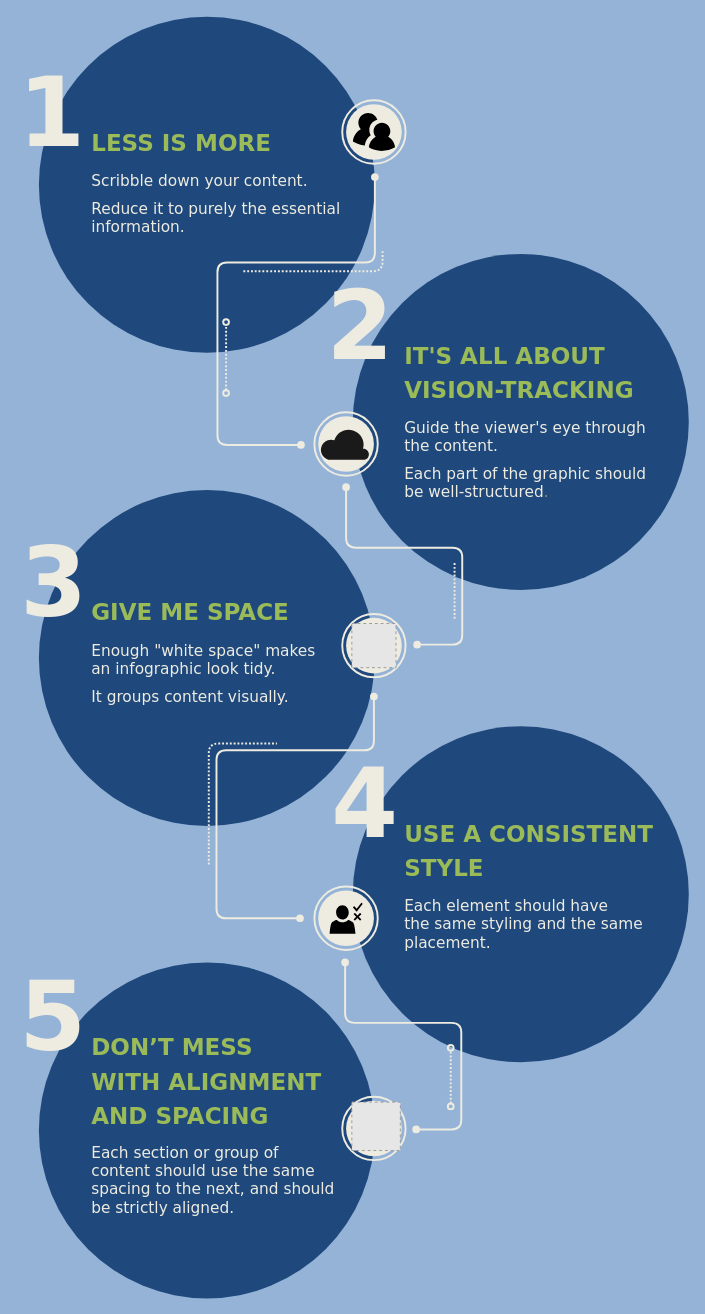
The draw.io diagram Flowchart1AGU22.drawio in laurenchilutti/draw_io, before the edit. Source tidied: cells renumbered, new cells numbered last; positions are measured from the earlier drawing's top-left corner, leaving out a move shared by most shapes. Both pictures are drawn from the tidied source at 96%, with x=0, y=0 at pixel (16, 16). Pictures stored in the file or linked from it are replaced by grey dashed boxes.
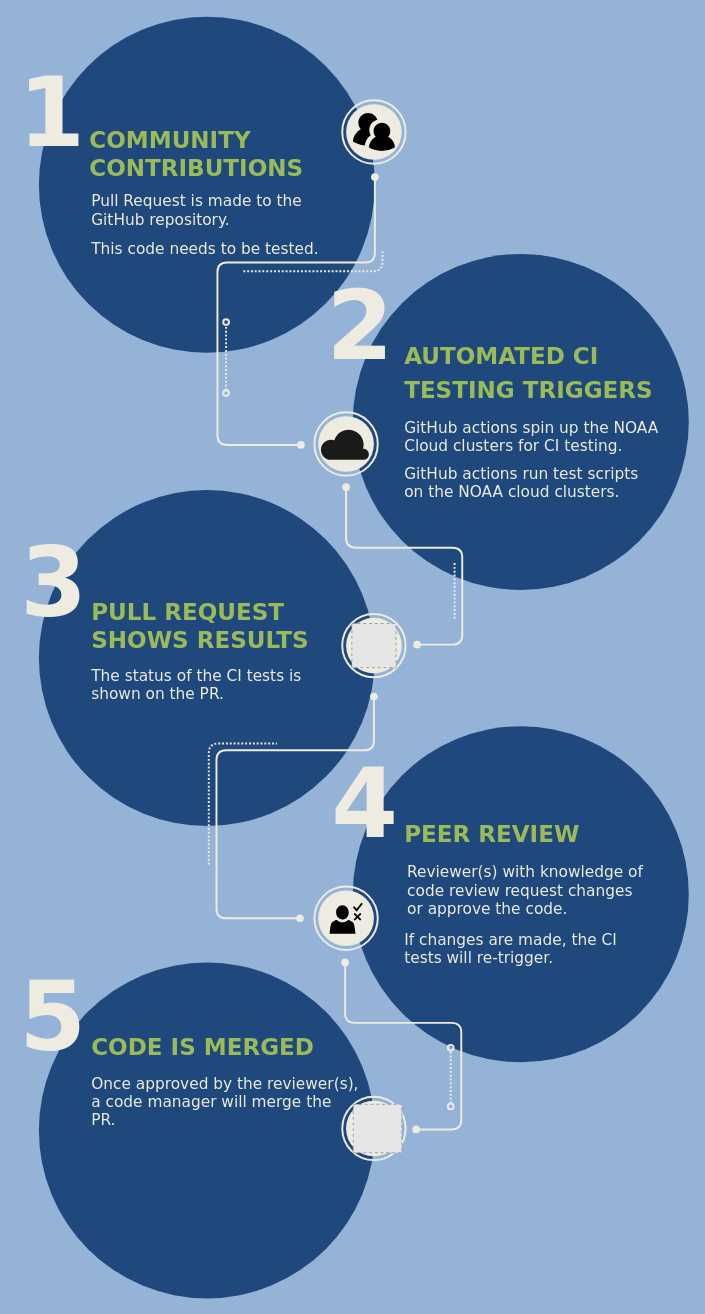
After the change.

Unchanged cells that the change refers to:
```xml
<mxCell id="50" style="group;" parent="1" vertex="1">
  <mxGeometry x="339" y="1125" width="66" height="66" as="geometry" />
</mxCell>
```

Diff of the diagram source:
```diff
@@
-    <mxCell id="7" value="&lt;font color=&quot;#9bbb59&quot;&gt;LESS IS MORE&lt;/font&gt;" style="text;html=1;align=left;verticalAlign=top;spacingTop=-4;fontSize=24;fontFamily=Verdana;fontColor=#DDDDDD;fontStyle=1;" parent="1" vertex="1">
-      <mxGeometry x="76" y="115" width="210" height="40" as="geometry" />
+    <mxCell id="7" value="COMMUNITY &lt;br&gt;CONTRIBUTIONS" style="text;align=left;verticalAlign=top;spacingTop=-4;fontSize=24;fontFamily=Verdana;fontColor=#9BBB59;fontStyle=1;html=1;overflow=fill;strokeOpacity=100;" parent="1" vertex="1">
+      <mxGeometry x="76" y="115" width="250" height="70" as="geometry" />
     </mxCell>
@@
-    <mxCell id="13" value="&lt;div style=&quot;line-height: 120%&quot;&gt;&lt;font style=&quot;line-height: 120%&quot;&gt;&lt;div&gt;&lt;font color=&quot;#eeece1&quot;&gt;&lt;span style=&quot;line-height: 120%;&quot;&gt;Reduce it to purely the essential &lt;/span&gt;&lt;br&gt;information.&lt;/font&gt;&lt;br&gt;&lt;/div&gt;&lt;/font&gt;&lt;/div&gt;" style="text;align=left;verticalAlign=top;spacingTop=-4;fontSize=16;fontFamily=Verdana;fontColor=#888888;html=1;" parent="1" vertex="1">
-      <mxGeometry x="76" y="188" width="280" height="50" as="geometry" />
+    <mxCell id="13" value="&lt;div style=&quot;line-height: 120%&quot;&gt;&lt;font color=&quot;#eeece1&quot; style=&quot;line-height: 120%&quot;&gt;&lt;div&gt;This code needs to be tested.&lt;/div&gt;&lt;/font&gt;&lt;/div&gt;" style="text;align=left;verticalAlign=top;spacingTop=-4;fontSize=16;fontFamily=Verdana;fontColor=#888888;html=1;" parent="1" vertex="1">
+      <mxGeometry x="76" y="230" width="260" height="30" as="geometry" />
     </mxCell>
-    <mxCell id="14" value="&lt;div style=&quot;line-height: 150%&quot;&gt;&lt;font color=&quot;#9bbb59&quot;&gt;IT'S ALL ABOUT&amp;nbsp;&lt;br&gt;VISION-TRACKING&lt;/font&gt;&lt;/div&gt;" style="text;html=1;align=left;verticalAlign=top;spacingTop=-4;fontSize=24;fontFamily=Verdana;fontColor=#DDDDDD;fontStyle=1;" parent="1" vertex="1">
-      <mxGeometry x="402" y="333" width="280" height="80" as="geometry" />
+    <mxCell id="14" value="&lt;div style=&quot;line-height: 150%&quot;&gt;&lt;font color=&quot;#9bbb59&quot;&gt;AUTOMATED CI&lt;/font&gt;&lt;/div&gt;&lt;div style=&quot;line-height: 150%&quot;&gt;&lt;font color=&quot;#9bbb59&quot;&gt;TESTING TRIGGERS&lt;/font&gt;&lt;/div&gt;" style="text;html=1;align=left;verticalAlign=top;spacingTop=-4;fontSize=24;fontFamily=Verdana;fontColor=#DDDDDD;fontStyle=1;" parent="1" vertex="1">
+      <mxGeometry x="402" y="333" width="290" height="80" as="geometry" />
     </mxCell>
-    <mxCell id="15" value="&lt;div&gt;&lt;font color=&quot;#9bbb59&quot;&gt;GIVE ME SPACE&lt;/font&gt;&lt;/div&gt;" style="text;html=1;align=left;verticalAlign=top;spacingTop=-4;fontSize=24;fontFamily=Verdana;fontColor=#DDDDDD;fontStyle=1;" parent="1" vertex="1">
-      <mxGeometry x="76" y="604" width="230" height="40" as="geometry" />
+    <mxCell id="15" value="&lt;font color=&quot;#9bbb59&quot;&gt;PULL REQUEST&amp;nbsp;&lt;br&gt;SHOWS RESULTS&lt;br&gt;&lt;/font&gt;" style="text;html=1;align=left;verticalAlign=top;spacingTop=-4;fontSize=24;fontFamily=Verdana;fontColor=#DDDDDD;fontStyle=1;" parent="1" vertex="1">
+      <mxGeometry x="76" y="604" width="250" height="70" as="geometry" />
     </mxCell>
-    <mxCell id="16" value="&lt;div style=&quot;line-height: 150%&quot;&gt;&lt;font color=&quot;#9bbb59&quot;&gt;USE A CONSISTENT&amp;nbsp;&lt;br&gt;STYLE&lt;/font&gt;&lt;/div&gt;" style="text;html=1;align=left;verticalAlign=top;spacingTop=-4;fontSize=24;fontFamily=Verdana;fontColor=#DDDDDD;fontStyle=1;" parent="1" vertex="1">
-      <mxGeometry x="402" y="831" width="290" height="80" as="geometry" />
+    <mxCell id="16" value="&lt;div style=&quot;line-height: 150%&quot;&gt;&lt;font color=&quot;#9bbb59&quot;&gt;PEER REVIEW&lt;/font&gt;&lt;/div&gt;" style="text;html=1;align=left;verticalAlign=top;spacingTop=-4;fontSize=24;fontFamily=Verdana;fontColor=#DDDDDD;fontStyle=1;" parent="1" vertex="1">
+      <mxGeometry x="402" y="831" width="210" height="40" as="geometry" />
     </mxCell>
-    <mxCell id="17" value="&lt;div style=&quot;line-height: 150%&quot;&gt;&lt;font color=&quot;#9bbb59&quot;&gt;DON’T MESS&amp;nbsp;&lt;br&gt;WITH ALIGNMENT&amp;nbsp;&lt;br&gt;AND SPACING&lt;/font&gt;&lt;/div&gt;" style="text;html=1;align=left;verticalAlign=top;spacingTop=-4;fontSize=24;fontFamily=Verdana;fontColor=#DDDDDD;fontStyle=1;" parent="1" vertex="1">
-      <mxGeometry x="76" y="1053" width="280" height="120" as="geometry" />
+    <mxCell id="17" value="&lt;div style=&quot;line-height: 150%&quot;&gt;&lt;font color=&quot;#9bbb59&quot;&gt;CODE IS MERGED&lt;/font&gt;&lt;/div&gt;" style="text;html=1;align=left;verticalAlign=top;spacingTop=-4;fontSize=24;fontFamily=Verdana;fontColor=#DDDDDD;fontStyle=1;" parent="1" vertex="1">
+      <mxGeometry x="76" y="1053" width="260" height="40" as="geometry" />
     </mxCell>
-    <mxCell id="18" value="&lt;font color=&quot;#eeece1&quot;&gt;Scribble down your content.&lt;/font&gt;" style="text;html=1;align=left;verticalAlign=top;spacingTop=-4;fontSize=16;fontColor=#888888;fontFamily=Verdana;" parent="1" vertex="1">
-      <mxGeometry x="76" y="159" width="250" height="30" as="geometry" />
+    <mxCell id="18" value="&lt;font color=&quot;#eeece1&quot;&gt;Pull Request is made to the &lt;br&gt;GitHub repository.&lt;br&gt;&lt;/font&gt;" style="text;html=1;align=left;verticalAlign=top;spacingTop=-4;fontSize=16;fontColor=#888888;fontFamily=Verdana;" parent="1" vertex="1">
+      <mxGeometry x="76" y="180" width="240" height="50" as="geometry" />
     </mxCell>
-    <mxCell id="19" value="&lt;div&gt;&lt;font color=&quot;#eeece1&quot;&gt;Guide the viewer's eye through&amp;nbsp;&lt;br&gt;&lt;span&gt;the content.&lt;/span&gt;&lt;/font&gt;&lt;/div&gt;" style="text;html=1;align=left;verticalAlign=top;spacingTop=-4;fontSize=16;fontColor=#888888;fontFamily=Verdana;" parent="1" vertex="1">
-      <mxGeometry x="402" y="416" width="280" height="50" as="geometry" />
+    <mxCell id="19" value="&lt;font color=&quot;#eeece1&quot;&gt;GitHub actions spin up the NOAA &lt;br&gt;Cloud clusters for CI testing.&lt;br&gt;&lt;/font&gt;" style="text;html=1;align=left;verticalAlign=top;spacingTop=-4;fontSize=16;fontColor=#888888;fontFamily=Verdana;" parent="1" vertex="1">
+      <mxGeometry x="402" y="416" width="290" height="50" as="geometry" />
     </mxCell>
-    <mxCell id="20" value="&lt;div style=&quot;line-height: 120%&quot;&gt;&lt;font style=&quot;line-height: 120%&quot;&gt;&lt;div&gt;&lt;font color=&quot;#eeece1&quot;&gt;Each part of the graphic should&lt;br&gt;be well-structured&lt;/font&gt;.&lt;br&gt;&lt;/div&gt;&lt;/font&gt;&lt;/div&gt;" style="text;align=left;verticalAlign=top;spacingTop=-4;fontSize=16;fontFamily=Verdana;fontColor=#888888;html=1;" parent="1" vertex="1">
-      <mxGeometry x="402" y="464" width="280" height="50" as="geometry" />
+    <mxCell id="20" value="&lt;div style=&quot;line-height: 120%&quot;&gt;&lt;font color=&quot;#eeece1&quot; style=&quot;line-height: 120%&quot;&gt;GitHub actions run test scripts&lt;/font&gt;&lt;/div&gt;&lt;div style=&quot;line-height: 120%&quot;&gt;&lt;font color=&quot;#eeece1&quot; style=&quot;line-height: 120%&quot;&gt;on the NOAA cloud clusters.&lt;/font&gt;&lt;/div&gt;" style="text;align=left;verticalAlign=top;spacingTop=-4;fontSize=16;fontFamily=Verdana;fontColor=#888888;html=1;" parent="1" vertex="1">
+      <mxGeometry x="402" y="464" width="270" height="50" as="geometry" />
     </mxCell>
-    <mxCell id="21" value="&lt;div style=&quot;line-height: 120%&quot;&gt;&lt;font style=&quot;line-height: 120%&quot;&gt;&lt;div&gt;&lt;font color=&quot;#eeece1&quot;&gt;It groups content visually.&lt;/font&gt;&lt;br&gt;&lt;/div&gt;&lt;/font&gt;&lt;/div&gt;" style="text;align=left;verticalAlign=top;spacingTop=-4;fontSize=16;fontFamily=Verdana;fontColor=#888888;html=1;" parent="1" vertex="1">
-      <mxGeometry x="76" y="696" width="230" height="30" as="geometry" />
-    </mxCell>
-    <mxCell id="22" value="&lt;font color=&quot;#eeece1&quot;&gt;Enough &quot;white space&quot; makes&lt;br&gt;an infographic look tidy.&lt;/font&gt;" style="text;html=1;align=left;verticalAlign=top;spacingTop=-4;fontSize=16;fontColor=#888888;fontFamily=Verdana;" parent="1" vertex="1">
-      <mxGeometry x="76" y="648" width="260" height="50" as="geometry" />
+    <mxCell id="22" value="&lt;font color=&quot;#eeece1&quot;&gt;The status of the CI tests is&lt;br&gt;shown on the PR.&lt;br&gt;&lt;/font&gt;" style="text;html=1;align=left;verticalAlign=top;spacingTop=-4;fontSize=16;fontColor=#888888;fontFamily=Verdana;" parent="1" vertex="1">
+      <mxGeometry x="76" y="674" width="250" height="50" as="geometry" />
     </mxCell>
-    <mxCell id="23" value="&lt;font color=&quot;#eeece1&quot;&gt;Each element should have&lt;br&gt;the same styling and the same&lt;br&gt;placement.&lt;/font&gt;" style="text;html=1;align=left;verticalAlign=top;spacingTop=-4;fontSize=16;fontColor=#888888;fontFamily=Verdana;" parent="1" vertex="1">
-      <mxGeometry x="402" y="914" width="270" height="70" as="geometry" />
+    <mxCell id="23" value="&lt;font color=&quot;#eeece1&quot;&gt;Reviewer(s) with knowledge of&amp;nbsp;&lt;br&gt;code review request changes&lt;br&gt;or approve the code.&lt;br&gt;&lt;/font&gt;" style="text;html=1;align=left;verticalAlign=top;spacingTop=-4;fontSize=16;fontColor=#888888;fontFamily=Verdana;" parent="1" vertex="1">
+      <mxGeometry x="405" y="879" width="280" height="70" as="geometry" />
     </mxCell>
-    <mxCell id="24" value="&lt;font color=&quot;#eeece1&quot;&gt;Each section or group of&lt;br&gt;content should use the same&lt;br&gt;spacing to the next, and should&lt;br&gt;be strictly aligned.&lt;/font&gt;" style="text;html=1;align=left;verticalAlign=top;spacingTop=-4;fontSize=16;fontColor=#888888;fontFamily=Verdana;" parent="1" vertex="1">
-      <mxGeometry x="76" y="1171" width="280" height="80" as="geometry" />
+    <mxCell id="24" value="&lt;font color=&quot;#eeece1&quot;&gt;Once approved by the reviewer(s),&lt;br&gt;a code manager will merge the&lt;br&gt;PR.&amp;nbsp;&lt;br&gt;&lt;/font&gt;" style="text;html=1;align=left;verticalAlign=top;spacingTop=-4;fontSize=16;fontColor=#888888;fontFamily=Verdana;" parent="1" vertex="1">
+      <mxGeometry x="76" y="1099" width="300" height="70" as="geometry" />
     </mxCell>
@@
     <mxCell id="53" style="fillColor=#E6E6E6;strokeColor=#999999;dashed=1;html=1;verticalAlign=top;verticalLabelPosition=bottom;labelBackgroundColor=#ffffff;" parent="50" vertex="1">
-      <mxGeometry x="10" y="5.5" width="50.5" height="50.5" as="geometry" />
+      <mxGeometry x="11.5" y="7.8" width="50.5" height="50.5" as="geometry" />
     </mxCell>
+    <mxCell id="54" value="&lt;font color=&quot;#eeece1&quot;&gt;&lt;br&gt;&lt;/font&gt;" style="text;html=1;align=left;verticalAlign=top;spacingTop=-4;fontSize=16;fontColor=#888888;fontFamily=Verdana;" parent="1" vertex="1">
+      <mxGeometry x="76" y="719" width="20" height="30" as="geometry" />
+    </mxCell>
+    <mxCell id="55" value="&lt;font color=&quot;#eeece1&quot;&gt;If changes are made, the CI&amp;nbsp;&lt;br&gt;tests will re-trigger.&lt;br&gt;&lt;/font&gt;" style="text;html=1;align=left;verticalAlign=top;spacingTop=-4;fontSize=16;fontColor=#888888;fontFamily=Verdana;" parent="1" vertex="1">
+      <mxGeometry x="402" y="949" width="260" height="50" as="geometry" />
+    </mxCell>
```
